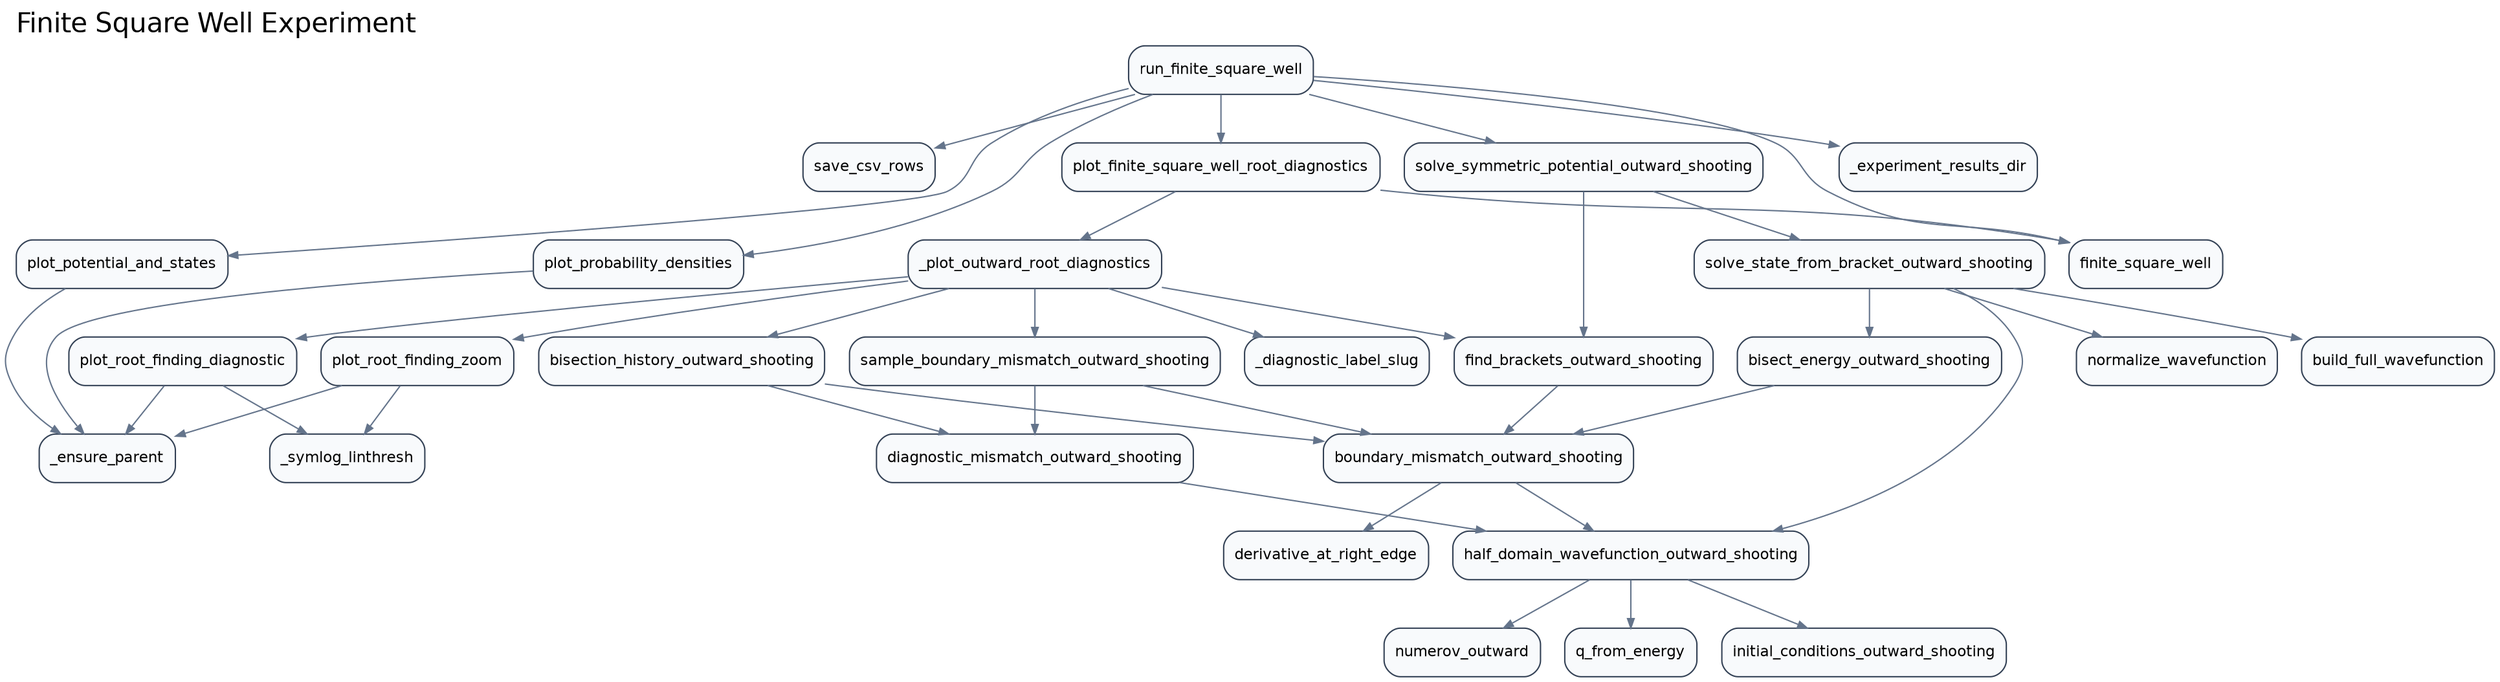
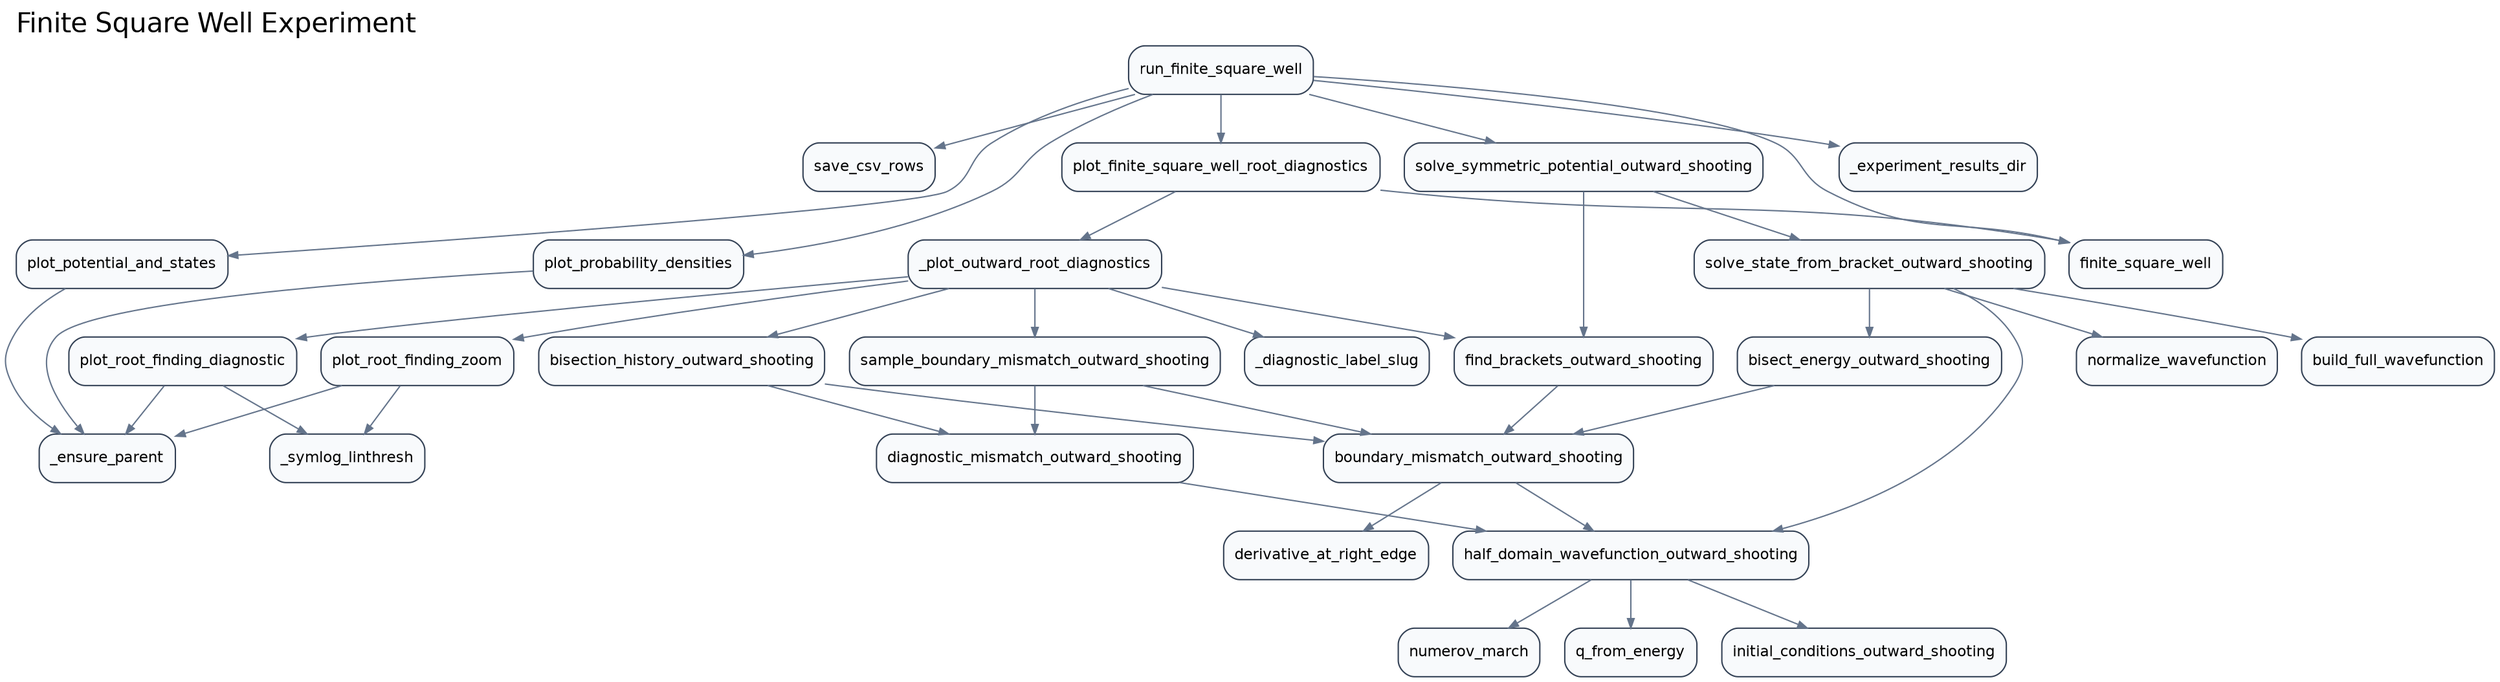
digraph G {
  rankdir="TB";
  graph [labeljust="l", labelloc="t", fontsize=20, fontname="Helvetica"];
  label="Finite Square Well Experiment";
  node [shape=box, style="rounded,filled", fillcolor="#F8FAFC", color="#334155", fontname="Helvetica", fontsize=11];
  edge [color="#64748B", arrowsize=0.7];
  src_analysis_save_csv_rows [label="save_csv_rows"];
  src_diagnostics__diagnostic_label_slug [label="_diagnostic_label_slug"];
  src_diagnostics__plot_outward_root_diagnostics [label="_plot_outward_root_diagnostics"];
  src_diagnostics_plot_finite_square_well_root_diagnostics [label="plot_finite_square_well_root_diagnostics"];
  src_experiments__experiment_results_dir [label="_experiment_results_dir"];
  src_experiments_run_finite_square_well [label="run_finite_square_well"];
  src_numerov_derivative_at_right_edge [label="derivative_at_right_edge"];
  src_numerov_normalize_wavefunction [label="normalize_wavefunction"];
-   src_numerov_numerov_outward [label="numerov_outward"];
+   src_numerov_numerov_march [label="numerov_march"];
  src_numerov_q_from_energy [label="q_from_energy"];
  src_plotting__ensure_parent [label="_ensure_parent"];
  src_plotting__symlog_linthresh [label="_symlog_linthresh"];
  src_plotting_plot_potential_and_states [label="plot_potential_and_states"];
  src_plotting_plot_probability_densities [label="plot_probability_densities"];
  src_plotting_plot_root_finding_diagnostic [label="plot_root_finding_diagnostic"];
  src_plotting_plot_root_finding_zoom [label="plot_root_finding_zoom"];
  src_potentials_finite_square_well [label="finite_square_well"];
  src_shooting_bisect_energy_outward_shooting [label="bisect_energy_outward_shooting"];
  src_shooting_bisection_history_outward_shooting [label="bisection_history_outward_shooting"];
  src_shooting_boundary_mismatch_outward_shooting [label="boundary_mismatch_outward_shooting"];
  src_shooting_build_full_wavefunction [label="build_full_wavefunction"];
  src_shooting_diagnostic_mismatch_outward_shooting [label="diagnostic_mismatch_outward_shooting"];
  src_shooting_find_brackets_outward_shooting [label="find_brackets_outward_shooting"];
  src_shooting_half_domain_wavefunction_outward_shooting [label="half_domain_wavefunction_outward_shooting"];
  src_shooting_initial_conditions_outward_shooting [label="initial_conditions_outward_shooting"];
  src_shooting_sample_boundary_mismatch_outward_shooting [label="sample_boundary_mismatch_outward_shooting"];
  src_shooting_solve_state_from_bracket_outward_shooting [label="solve_state_from_bracket_outward_shooting"];
  src_shooting_solve_symmetric_potential_outward_shooting [label="solve_symmetric_potential_outward_shooting"];
  src_diagnostics__plot_outward_root_diagnostics -> src_diagnostics__diagnostic_label_slug;
  src_diagnostics__plot_outward_root_diagnostics -> src_plotting_plot_root_finding_diagnostic;
  src_diagnostics__plot_outward_root_diagnostics -> src_plotting_plot_root_finding_zoom;
  src_diagnostics__plot_outward_root_diagnostics -> src_shooting_bisection_history_outward_shooting;
  src_diagnostics__plot_outward_root_diagnostics -> src_shooting_find_brackets_outward_shooting;
  src_diagnostics__plot_outward_root_diagnostics -> src_shooting_sample_boundary_mismatch_outward_shooting;
  src_diagnostics_plot_finite_square_well_root_diagnostics -> src_diagnostics__plot_outward_root_diagnostics;
  src_diagnostics_plot_finite_square_well_root_diagnostics -> src_potentials_finite_square_well;
  src_experiments_run_finite_square_well -> src_analysis_save_csv_rows;
  src_experiments_run_finite_square_well -> src_diagnostics_plot_finite_square_well_root_diagnostics;
  src_experiments_run_finite_square_well -> src_experiments__experiment_results_dir;
  src_experiments_run_finite_square_well -> src_plotting_plot_potential_and_states;
  src_experiments_run_finite_square_well -> src_plotting_plot_probability_densities;
  src_experiments_run_finite_square_well -> src_potentials_finite_square_well;
  src_experiments_run_finite_square_well -> src_shooting_solve_symmetric_potential_outward_shooting;
  src_plotting_plot_potential_and_states -> src_plotting__ensure_parent;
  src_plotting_plot_probability_densities -> src_plotting__ensure_parent;
  src_plotting_plot_root_finding_diagnostic -> src_plotting__ensure_parent;
  src_plotting_plot_root_finding_diagnostic -> src_plotting__symlog_linthresh;
  src_plotting_plot_root_finding_zoom -> src_plotting__ensure_parent;
  src_plotting_plot_root_finding_zoom -> src_plotting__symlog_linthresh;
  src_shooting_bisect_energy_outward_shooting -> src_shooting_boundary_mismatch_outward_shooting;
  src_shooting_bisection_history_outward_shooting -> src_shooting_boundary_mismatch_outward_shooting;
  src_shooting_bisection_history_outward_shooting -> src_shooting_diagnostic_mismatch_outward_shooting;
  src_shooting_boundary_mismatch_outward_shooting -> src_numerov_derivative_at_right_edge;
  src_shooting_boundary_mismatch_outward_shooting -> src_shooting_half_domain_wavefunction_outward_shooting;
  src_shooting_diagnostic_mismatch_outward_shooting -> src_shooting_half_domain_wavefunction_outward_shooting;
  src_shooting_find_brackets_outward_shooting -> src_shooting_boundary_mismatch_outward_shooting;
-   src_shooting_half_domain_wavefunction_outward_shooting -> src_numerov_numerov_outward;
+   src_shooting_half_domain_wavefunction_outward_shooting -> src_numerov_numerov_march;
  src_shooting_half_domain_wavefunction_outward_shooting -> src_numerov_q_from_energy;
  src_shooting_half_domain_wavefunction_outward_shooting -> src_shooting_initial_conditions_outward_shooting;
  src_shooting_sample_boundary_mismatch_outward_shooting -> src_shooting_boundary_mismatch_outward_shooting;
  src_shooting_sample_boundary_mismatch_outward_shooting -> src_shooting_diagnostic_mismatch_outward_shooting;
  src_shooting_solve_state_from_bracket_outward_shooting -> src_numerov_normalize_wavefunction;
  src_shooting_solve_state_from_bracket_outward_shooting -> src_shooting_bisect_energy_outward_shooting;
  src_shooting_solve_state_from_bracket_outward_shooting -> src_shooting_build_full_wavefunction;
  src_shooting_solve_state_from_bracket_outward_shooting -> src_shooting_half_domain_wavefunction_outward_shooting;
  src_shooting_solve_symmetric_potential_outward_shooting -> src_shooting_find_brackets_outward_shooting;
  src_shooting_solve_symmetric_potential_outward_shooting -> src_shooting_solve_state_from_bracket_outward_shooting;
}
